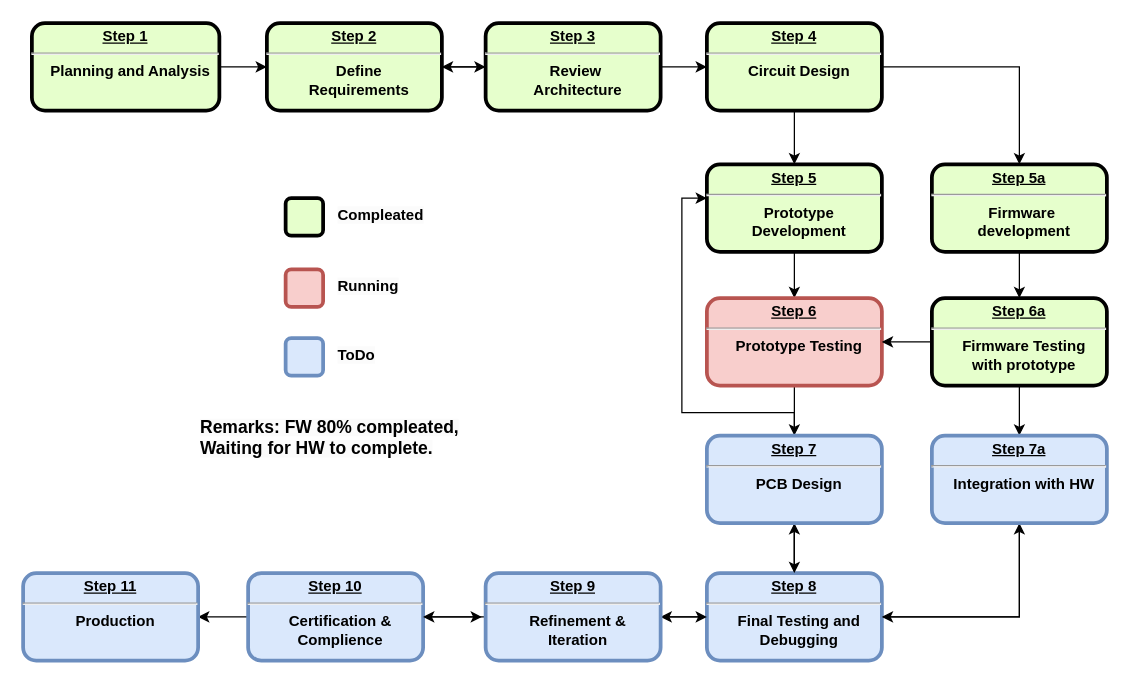
Before: ups-gantt.drawio in j9hasan/learning-git, a draw.io diagram. Source tidied: cells renumbered, new cells numbered last; positions are measured from the earlier drawing's top-left corner, leaving out a move shared by most shapes. Both pictures are drawn from the tidied source at 125%, with x=0, y=0 at pixel (22, 22).
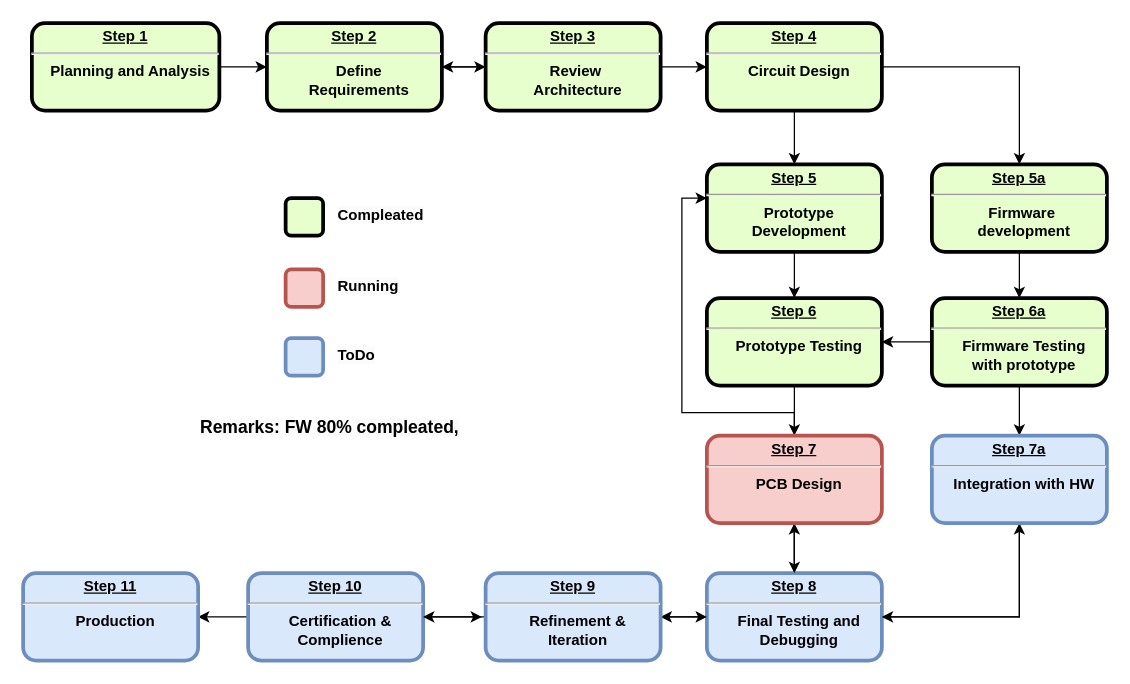
The same diagram, later.

Commit message:
ups-stat

Change to the diagram source:
```diff
@@
-    <mxCell id="35" value="&lt;p style=&quot;margin: 0px; margin-top: 4px; text-align: center; text-decoration: underline;&quot;&gt;&lt;strong&gt;Step 6&lt;/strong&gt;&lt;/p&gt;&lt;hr&gt;&lt;p style=&quot;margin: 0px; margin-left: 8px;&quot;&gt;Prototype Testing&lt;/p&gt;" style="verticalAlign=middle;align=center;overflow=fill;fontSize=12;fontFamily=Helvetica;html=1;rounded=1;fontStyle=1;strokeWidth=3;fillColor=#f8cecc;strokeColor=#b85450;" parent="1" vertex="1">
+    <mxCell id="35" value="&lt;p style=&quot;margin: 0px; margin-top: 4px; text-align: center; text-decoration: underline;&quot;&gt;&lt;strong&gt;Step 6&lt;/strong&gt;&lt;/p&gt;&lt;hr&gt;&lt;p style=&quot;margin: 0px; margin-left: 8px;&quot;&gt;Prototype Testing&lt;/p&gt;" style="verticalAlign=middle;align=center;overflow=fill;fontSize=12;fontFamily=Helvetica;html=1;rounded=1;fontStyle=1;strokeWidth=3;fillColor=#E6FFCC;strokeColor=#000000;" parent="1" vertex="1">
       <mxGeometry x="547" y="220" width="140" height="70" as="geometry" />
     </mxCell>
@@
-    <mxCell id="37" value="&lt;p style=&quot;margin: 0px; margin-top: 4px; text-align: center; text-decoration: underline;&quot;&gt;&lt;strong&gt;Step 7&lt;/strong&gt;&lt;/p&gt;&lt;hr&gt;&lt;p style=&quot;margin: 0px; margin-left: 8px;&quot;&gt;PCB Design&lt;/p&gt;" style="verticalAlign=middle;align=center;overflow=fill;fontSize=12;fontFamily=Helvetica;html=1;rounded=1;fontStyle=1;strokeWidth=3;fillColor=#dae8fc;strokeColor=#6c8ebf;" parent="1" vertex="1">
+    <mxCell id="37" value="&lt;p style=&quot;margin: 0px; margin-top: 4px; text-align: center; text-decoration: underline;&quot;&gt;&lt;strong&gt;Step 7&lt;/strong&gt;&lt;/p&gt;&lt;hr&gt;&lt;p style=&quot;margin: 0px; margin-left: 8px;&quot;&gt;PCB Design&lt;/p&gt;" style="verticalAlign=middle;align=center;overflow=fill;fontSize=12;fontFamily=Helvetica;html=1;rounded=1;fontStyle=1;strokeWidth=3;fillColor=#f8cecc;strokeColor=#b85450;" parent="1" vertex="1">
       <mxGeometry x="547" y="330" width="140" height="70" as="geometry" />
     </mxCell>
@@
-    <mxCell id="43" value="&lt;span style=&quot;color: rgb(0, 0, 0); font-family: Helvetica; font-style: normal; font-variant-ligatures: normal; font-variant-caps: normal; font-weight: 700; letter-spacing: normal; orphans: 2; text-align: center; text-indent: 0px; text-transform: none; widows: 2; word-spacing: 0px; -webkit-text-stroke-width: 0px; white-space: normal; background-color: rgb(251, 251, 251); text-decoration-thickness: initial; text-decoration-style: initial; text-decoration-color: initial; float: none; display: inline !important;&quot;&gt;&lt;font style=&quot;font-size: 14px;&quot;&gt;Remarks: FW 80% compleated, Waiting for HW to complete.&lt;/font&gt;&lt;/span&gt;" style="text;whiteSpace=wrap;html=1;" parent="1" vertex="1">
+    <mxCell id="43" value="&lt;span style=&quot;color: rgb(0, 0, 0); font-family: Helvetica; font-style: normal; font-variant-ligatures: normal; font-variant-caps: normal; font-weight: 700; letter-spacing: normal; orphans: 2; text-align: center; text-indent: 0px; text-transform: none; widows: 2; word-spacing: 0px; -webkit-text-stroke-width: 0px; white-space: normal; background-color: rgb(251, 251, 251); text-decoration-thickness: initial; text-decoration-style: initial; text-decoration-color: initial; float: none; display: inline !important;&quot;&gt;&lt;font style=&quot;font-size: 14px;&quot;&gt;Remarks: FW 80% compleated,&lt;/font&gt;&lt;/span&gt;" style="text;whiteSpace=wrap;html=1;" parent="1" vertex="1">
       <mxGeometry x="140" y="308" width="210" height="40" as="geometry" />
     </mxCell>
```
